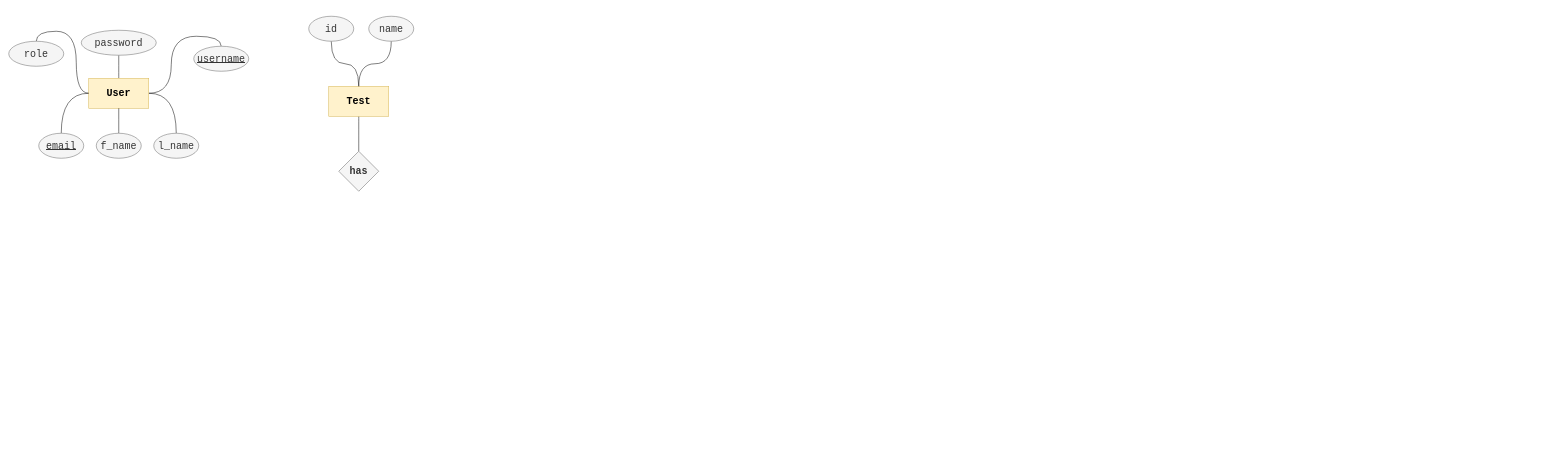
Earlier version of the draw.io diagram FYP-ERD.drawio (MS1034/fyp-digrams-reports). Source tidied: cells renumbered, new cells numbered last; positions are measured from the earlier drawing's top-left corner, leaving out a move shared by most shapes. Both pictures are drawn from the tidied source at 50%, with x=0, y=0 at pixel (8, 16).
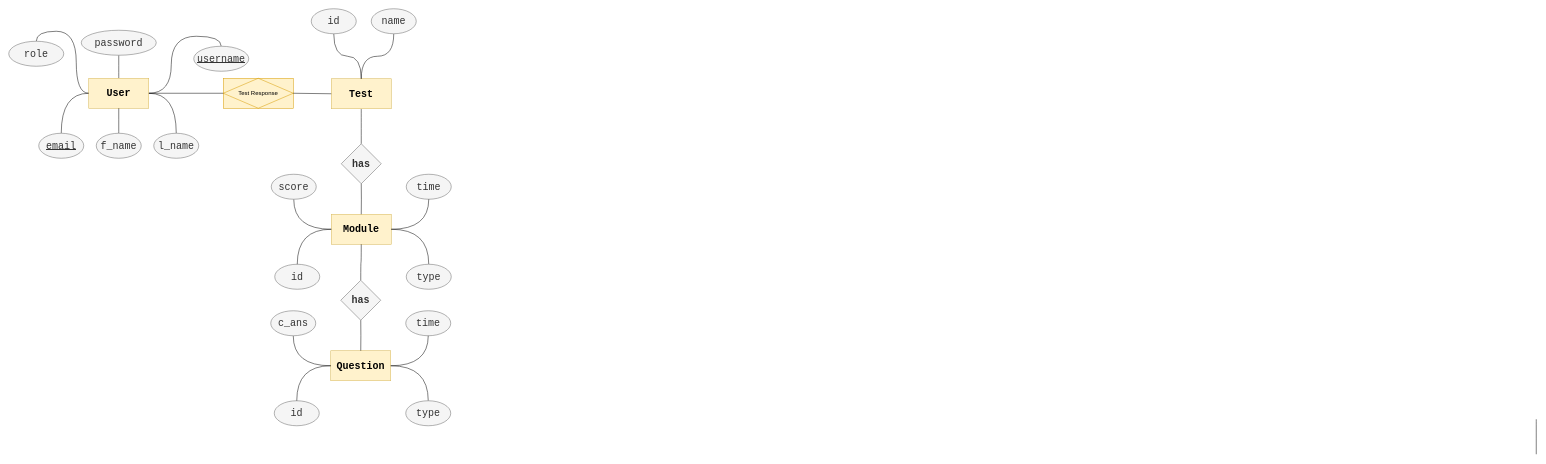
The same diagram, later.

The change refers to these unchanged cells:
```xml
<mxCell id="6" value="User" style="rounded=0;whiteSpace=wrap;html=1;fontFamily=Courier New;fontStyle=1;fontSize=20;fillColor=#fff2cc;strokeColor=#d6b656;" parent="1" vertex="1">
  <mxGeometry x="160" y="124" width="120" height="60" as="geometry" />
</mxCell>
```

What changed in the source:
```diff
@@
     <mxCell id="8" value="Test" style="rounded=0;whiteSpace=wrap;html=1;fontFamily=Courier New;fontStyle=1;fontSize=20;fillColor=#fff2cc;strokeColor=#d6b656;" parent="1" vertex="1">
-      <mxGeometry x="640" y="140" width="120" height="60" as="geometry" />
+      <mxGeometry x="645" y="125" width="120" height="60" as="geometry" />
     </mxCell>
@@
     <mxCell id="18" value="&lt;span style=&quot;font-weight: normal;&quot;&gt;id&lt;/span&gt;" style="ellipse;whiteSpace=wrap;html=1;fontSize=20;fontFamily=Courier New;fillColor=#f5f5f5;strokeColor=#666666;rounded=0;fontStyle=1;fontColor=#333333;" parent="1" vertex="1">
-      <mxGeometry x="600" width="90" height="50" as="geometry" />
+      <mxGeometry x="605" y="-15" width="90" height="50" as="geometry" />
     </mxCell>
@@
     <mxCell id="20" value="&lt;span style=&quot;font-weight: normal;&quot;&gt;name&lt;/span&gt;" style="ellipse;whiteSpace=wrap;html=1;fontSize=20;fontFamily=Courier New;fillColor=#f5f5f5;strokeColor=#666666;rounded=0;fontStyle=1;fontColor=#333333;" parent="1" vertex="1">
-      <mxGeometry x="720" width="90" height="50" as="geometry" />
+      <mxGeometry x="725" y="-15" width="90" height="50" as="geometry" />
     </mxCell>
     <mxCell id="21" value="has" style="rhombus;whiteSpace=wrap;html=1;rounded=0;strokeColor=#666666;align=center;verticalAlign=middle;fontFamily=Courier New;fontSize=20;fontColor=#333333;fontStyle=1;fillColor=#f5f5f5;" parent="1" vertex="1">
-      <mxGeometry x="660" y="270" width="80" height="80" as="geometry" />
+      <mxGeometry x="665" y="255" width="80" height="80" as="geometry" />
     </mxCell>
+    <mxCell id="22" value="Module" style="rounded=0;whiteSpace=wrap;html=1;fontFamily=Courier New;fontStyle=1;fontSize=20;fillColor=#fff2cc;strokeColor=#d6b656;" parent="1" vertex="1">
+      <mxGeometry x="645" y="396" width="120" height="60" as="geometry" />
+    </mxCell>
+    <mxCell id="23" style="edgeStyle=orthogonalEdgeStyle;shape=connector;curved=1;rounded=0;jettySize=auto;html=1;strokeColor=default;align=center;verticalAlign=middle;fontFamily=Courier New;fontSize=20;fontColor=#333333;fontStyle=1;labelBackgroundColor=default;endArrow=none;endFill=0;exitX=1;exitY=0.5;exitDx=0;exitDy=0;" parent="1" edge="1" source="22" target="24">
+      <mxGeometry relative="1" as="geometry" />
+    </mxCell>
+    <mxCell id="24" value="&lt;span style=&quot;font-weight: 400;&quot;&gt;type&lt;/span&gt;" style="ellipse;whiteSpace=wrap;html=1;fontSize=20;fontFamily=Courier New;fillColor=#f5f5f5;strokeColor=#666666;rounded=0;fontStyle=1;fontColor=#333333;" parent="1" vertex="1">
+      <mxGeometry x="795" y="496" width="90" height="50" as="geometry" />
+    </mxCell>
+    <mxCell id="25" value="&lt;span style=&quot;font-weight: 400;&quot;&gt;time&lt;/span&gt;" style="ellipse;whiteSpace=wrap;html=1;fontSize=20;fontFamily=Courier New;fillColor=#f5f5f5;strokeColor=#666666;rounded=0;fontStyle=1;fontColor=#333333;" parent="1" vertex="1">
+      <mxGeometry x="795" y="316" width="90" height="50" as="geometry" />
+    </mxCell>
+    <mxCell id="26" style="edgeStyle=orthogonalEdgeStyle;shape=connector;curved=1;rounded=0;jettySize=auto;html=1;strokeColor=default;align=center;verticalAlign=middle;fontFamily=Courier New;fontSize=20;fontColor=#333333;fontStyle=1;labelBackgroundColor=default;endArrow=none;endFill=0;exitX=1;exitY=0.5;exitDx=0;exitDy=0;entryX=0.5;entryY=1;entryDx=0;entryDy=0;" parent="1" edge="1" source="22" target="25">
+      <mxGeometry relative="1" as="geometry" />
+    </mxCell>
+    <mxCell id="27" value="&lt;span style=&quot;font-weight: 400;&quot;&gt;id&lt;/span&gt;" style="ellipse;whiteSpace=wrap;html=1;fontSize=20;fontFamily=Courier New;fillColor=#f5f5f5;strokeColor=#666666;rounded=0;fontStyle=1;fontColor=#333333;" parent="1" vertex="1">
+      <mxGeometry x="532" y="496" width="90" height="50" as="geometry" />
+    </mxCell>
+    <mxCell id="28" style="edgeStyle=orthogonalEdgeStyle;shape=connector;curved=1;rounded=0;jettySize=auto;html=1;strokeColor=default;align=center;verticalAlign=middle;fontFamily=Helvetica;fontSize=11;fontColor=default;labelBackgroundColor=default;endArrow=none;endFill=0;exitX=0;exitY=0.5;exitDx=0;exitDy=0;entryX=0.5;entryY=0;entryDx=0;entryDy=0;" parent="1" edge="1" source="22" target="27">
+      <mxGeometry relative="1" as="geometry" />
+    </mxCell>
+    <mxCell id="29" style="edgeStyle=orthogonalEdgeStyle;shape=connector;curved=1;rounded=0;jettySize=auto;html=1;strokeColor=default;align=center;verticalAlign=middle;fontFamily=Courier New;fontSize=20;fontColor=#333333;fontStyle=1;labelBackgroundColor=default;endArrow=none;endFill=0;exitX=0;exitY=0.5;exitDx=0;exitDy=0;entryX=0.5;entryY=1;entryDx=0;entryDy=0;" parent="1" edge="1" source="22" target="30">
+      <mxGeometry relative="1" as="geometry" />
+    </mxCell>
+    <mxCell id="30" value="&lt;span style=&quot;font-weight: 400;&quot;&gt;score&lt;/span&gt;" style="ellipse;whiteSpace=wrap;html=1;fontSize=20;fontFamily=Courier New;fillColor=#f5f5f5;strokeColor=#666666;rounded=0;fontStyle=1;fontColor=#333333;" parent="1" vertex="1">
+      <mxGeometry x="525" y="316" width="90" height="50" as="geometry" />
+    </mxCell>
+    <mxCell id="31" style="edgeStyle=orthogonalEdgeStyle;shape=connector;curved=1;rounded=0;orthogonalLoop=1;jettySize=auto;html=1;entryX=0.5;entryY=0;entryDx=0;entryDy=0;strokeColor=default;align=center;verticalAlign=middle;fontFamily=Courier New;fontSize=20;fontColor=#333333;fontStyle=1;labelBackgroundColor=default;endArrow=none;endFill=0;" parent="1" edge="1">
+      <mxGeometry relative="1" as="geometry">
+        <mxPoint x="3055" y="806" as="sourcePoint" />
+        <mxPoint x="3055" y="876" as="targetPoint" />
+      </mxGeometry>
+    </mxCell>
+    <mxCell id="32" style="edgeStyle=orthogonalEdgeStyle;shape=connector;curved=1;rounded=0;jettySize=auto;html=1;strokeColor=default;align=center;verticalAlign=middle;fontFamily=Courier New;fontSize=20;fontColor=#333333;fontStyle=1;labelBackgroundColor=default;endArrow=none;endFill=0;entryX=0.5;entryY=0;entryDx=0;entryDy=0;" parent="1" edge="1" target="22">
+      <mxGeometry relative="1" as="geometry">
+        <mxPoint x="705" y="335" as="sourcePoint" />
+      </mxGeometry>
+    </mxCell>
+    <mxCell id="33" style="edgeStyle=orthogonalEdgeStyle;shape=connector;curved=1;rounded=0;jettySize=auto;html=1;entryX=0.5;entryY=0;entryDx=0;entryDy=0;strokeColor=default;align=center;verticalAlign=middle;fontFamily=Courier New;fontSize=20;fontColor=#333333;fontStyle=1;labelBackgroundColor=default;endArrow=none;endFill=0;exitX=0.5;exitY=1;exitDx=0;exitDy=0;" parent="1" edge="1" source="22" target="34">
+      <mxGeometry relative="1" as="geometry" />
+    </mxCell>
+    <mxCell id="34" value="has" style="rhombus;whiteSpace=wrap;html=1;rounded=0;strokeColor=#666666;align=center;verticalAlign=middle;fontFamily=Courier New;fontSize=20;fontColor=#333333;fontStyle=1;fillColor=#f5f5f5;" parent="1" vertex="1">
+      <mxGeometry x="664" y="528" width="80" height="80" as="geometry" />
+    </mxCell>
+    <mxCell id="35" value="Question" style="rounded=0;whiteSpace=wrap;html=1;fontFamily=Courier New;fontStyle=1;fontSize=20;fillColor=#fff2cc;strokeColor=#d6b656;" parent="1" vertex="1">
+      <mxGeometry x="644" y="669" width="120" height="60" as="geometry" />
+    </mxCell>
+    <mxCell id="36" style="edgeStyle=orthogonalEdgeStyle;shape=connector;curved=1;rounded=0;jettySize=auto;html=1;strokeColor=default;align=center;verticalAlign=middle;fontFamily=Courier New;fontSize=20;fontColor=#333333;fontStyle=1;labelBackgroundColor=default;endArrow=none;endFill=0;exitX=1;exitY=0.5;exitDx=0;exitDy=0;" parent="1" edge="1" source="35" target="37">
+      <mxGeometry relative="1" as="geometry" />
+    </mxCell>
+    <mxCell id="37" value="&lt;span style=&quot;font-weight: 400;&quot;&gt;type&lt;/span&gt;" style="ellipse;whiteSpace=wrap;html=1;fontSize=20;fontFamily=Courier New;fillColor=#f5f5f5;strokeColor=#666666;rounded=0;fontStyle=1;fontColor=#333333;" parent="1" vertex="1">
+      <mxGeometry x="794" y="769" width="90" height="50" as="geometry" />
+    </mxCell>
+    <mxCell id="38" value="&lt;span style=&quot;font-weight: 400;&quot;&gt;time&lt;/span&gt;" style="ellipse;whiteSpace=wrap;html=1;fontSize=20;fontFamily=Courier New;fillColor=#f5f5f5;strokeColor=#666666;rounded=0;fontStyle=1;fontColor=#333333;" parent="1" vertex="1">
+      <mxGeometry x="794" y="589" width="90" height="50" as="geometry" />
+    </mxCell>
+    <mxCell id="39" style="edgeStyle=orthogonalEdgeStyle;shape=connector;curved=1;rounded=0;jettySize=auto;html=1;strokeColor=default;align=center;verticalAlign=middle;fontFamily=Courier New;fontSize=20;fontColor=#333333;fontStyle=1;labelBackgroundColor=default;endArrow=none;endFill=0;exitX=1;exitY=0.5;exitDx=0;exitDy=0;entryX=0.5;entryY=1;entryDx=0;entryDy=0;" parent="1" edge="1" source="35" target="38">
+      <mxGeometry relative="1" as="geometry" />
+    </mxCell>
+    <mxCell id="40" value="&lt;span style=&quot;font-weight: 400;&quot;&gt;id&lt;/span&gt;" style="ellipse;whiteSpace=wrap;html=1;fontSize=20;fontFamily=Courier New;fillColor=#f5f5f5;strokeColor=#666666;rounded=0;fontStyle=1;fontColor=#333333;" parent="1" vertex="1">
+      <mxGeometry x="531" y="769" width="90" height="50" as="geometry" />
+    </mxCell>
+    <mxCell id="41" style="edgeStyle=orthogonalEdgeStyle;shape=connector;curved=1;rounded=0;jettySize=auto;html=1;strokeColor=default;align=center;verticalAlign=middle;fontFamily=Helvetica;fontSize=11;fontColor=default;labelBackgroundColor=default;endArrow=none;endFill=0;exitX=0;exitY=0.5;exitDx=0;exitDy=0;entryX=0.5;entryY=0;entryDx=0;entryDy=0;" parent="1" edge="1" source="35" target="40">
+      <mxGeometry relative="1" as="geometry" />
+    </mxCell>
+    <mxCell id="42" style="edgeStyle=orthogonalEdgeStyle;shape=connector;curved=1;rounded=0;jettySize=auto;html=1;strokeColor=default;align=center;verticalAlign=middle;fontFamily=Courier New;fontSize=20;fontColor=#333333;fontStyle=1;labelBackgroundColor=default;endArrow=none;endFill=0;exitX=0;exitY=0.5;exitDx=0;exitDy=0;entryX=0.5;entryY=1;entryDx=0;entryDy=0;" parent="1" edge="1" source="35" target="43">
+      <mxGeometry relative="1" as="geometry" />
+    </mxCell>
+    <mxCell id="43" value="&lt;span style=&quot;font-weight: 400;&quot;&gt;c_ans&lt;/span&gt;" style="ellipse;whiteSpace=wrap;html=1;fontSize=20;fontFamily=Courier New;fillColor=#f5f5f5;strokeColor=#666666;rounded=0;fontStyle=1;fontColor=#333333;" parent="1" vertex="1">
+      <mxGeometry x="524" y="589" width="90" height="50" as="geometry" />
+    </mxCell>
+    <mxCell id="44" style="edgeStyle=orthogonalEdgeStyle;shape=connector;curved=1;rounded=0;jettySize=auto;html=1;strokeColor=default;align=center;verticalAlign=middle;fontFamily=Courier New;fontSize=20;fontColor=#333333;fontStyle=1;labelBackgroundColor=default;endArrow=none;endFill=0;entryX=0.5;entryY=0;entryDx=0;entryDy=0;" parent="1" edge="1" target="35">
+      <mxGeometry relative="1" as="geometry">
+        <mxPoint x="704" y="608" as="sourcePoint" />
+      </mxGeometry>
+    </mxCell>
+    <mxCell id="45" value="Test Response" style="shape=associativeEntity;whiteSpace=wrap;html=1;align=center;fillColor=#FFF2CC;strokeColor=#d79b00;" parent="1" vertex="1">
+      <mxGeometry x="429" y="124" width="140" height="60" as="geometry" />
+    </mxCell>
+    <mxCell id="46" style="endArrow=none;html=1;rounded=0;exitX=1;exitY=0.5;exitDx=0;exitDy=0;entryX=0;entryY=0.5;entryDx=0;entryDy=0;" parent="1" edge="1" source="6" target="45">
+      <mxGeometry relative="1" as="geometry" />
+    </mxCell>
+    <mxCell id="47" style="endArrow=none;html=1;rounded=0;exitX=1;exitY=0.5;exitDx=0;exitDy=0;entryX=0;entryY=0.5;entryDx=0;entryDy=0;" parent="1" edge="1" source="45" target="8">
+      <mxGeometry relative="1" as="geometry" />
+    </mxCell>
```
